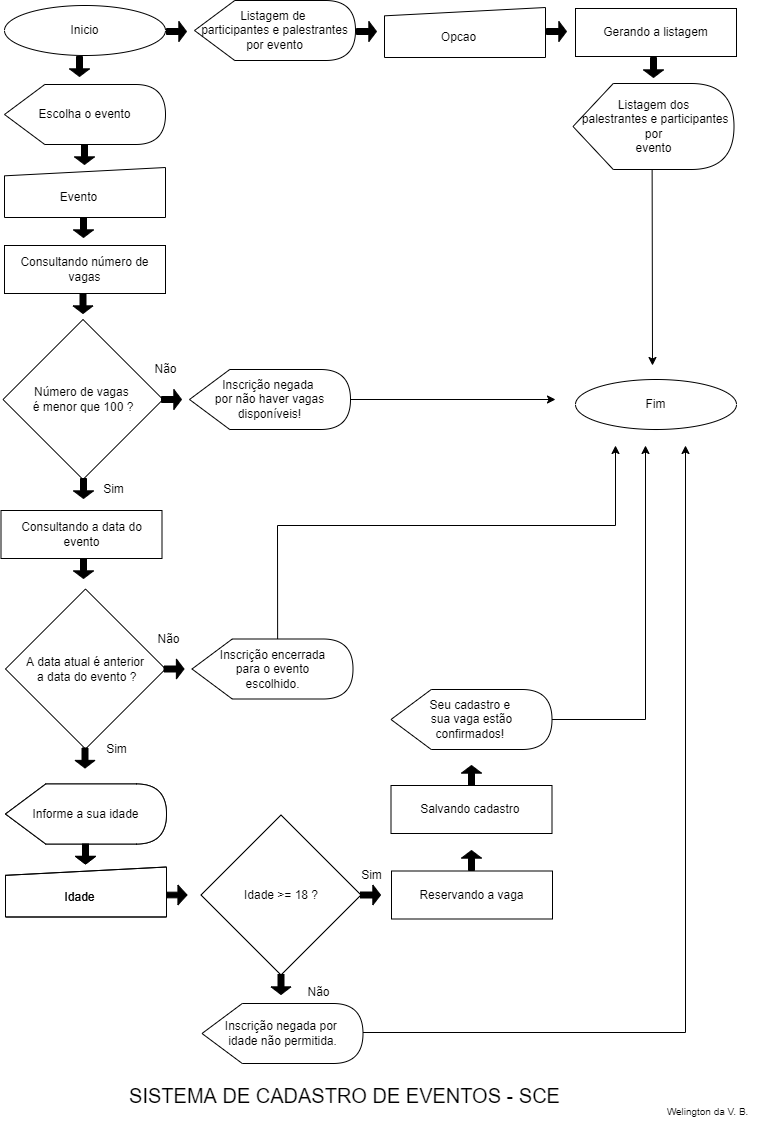
Before: fluxograma-uc8-Atividade1.png, a diagram exported from draw.io (welingtonvb/uc8-atividade1). Source tidied: cells renumbered, new cells last; positions are measured from the earlier drawing's top-left corner, leaving out a move shared by most shapes.
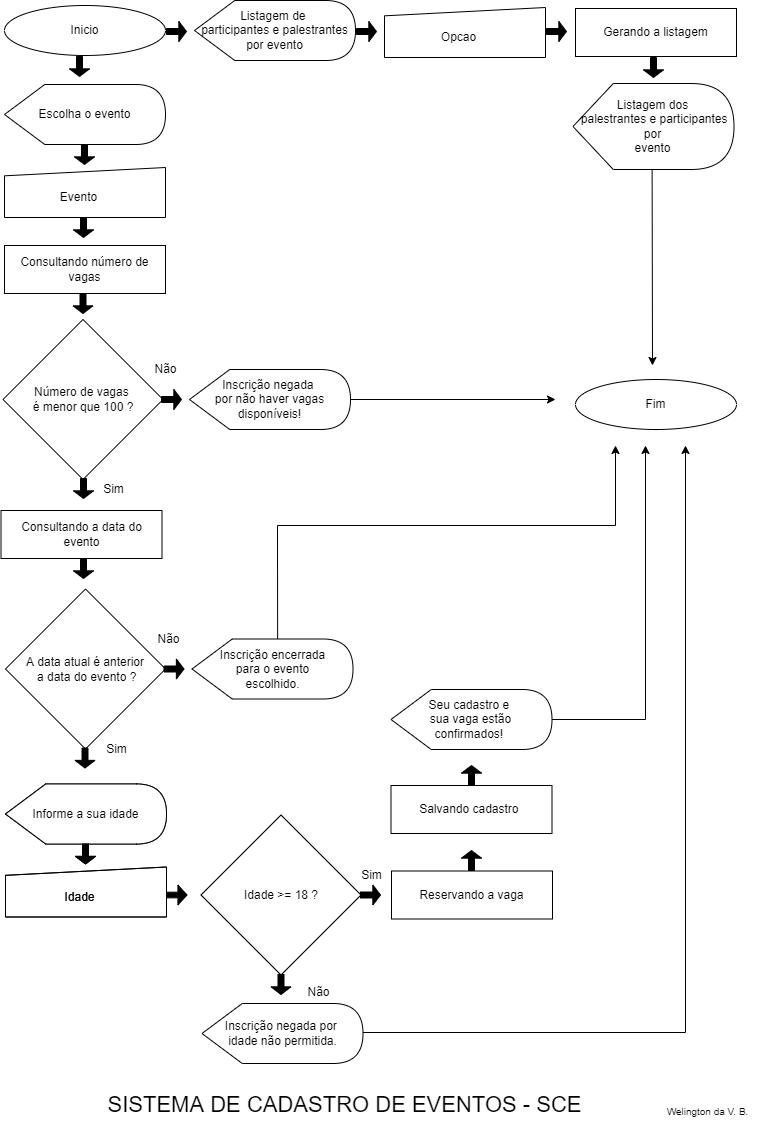
After the change.

Commit message:
Fluxograma corrigido e atualizado

Change to the diagram source:
```diff
@@ -308,8 +308,8 @@
         </Array>
       </mxGeometry>
     </mxCell>
-    <mxCell id="81" value="SISTEMA DE CADASTRO DE EVENTOS - SCE" style="text;html=1;align=center;verticalAlign=middle;strokeColor=none;fillColor=none;fontSize=20;" parent="1" vertex="1">
-      <mxGeometry x="118" y="1080" width="450" height="30" as="geometry" />
+    <mxCell id="81" value="SISTEMA DE CADASTRO DE EVENTOS - SCE" style="text;html=1;align=center;verticalAlign=middle;strokeColor=none;fillColor=none;fontSize=22;" parent="1" vertex="1">
+      <mxGeometry x="98" y="1090" width="490" height="30" as="geometry" />
     </mxCell>
   </root>
 </mxGraphModel>
```
